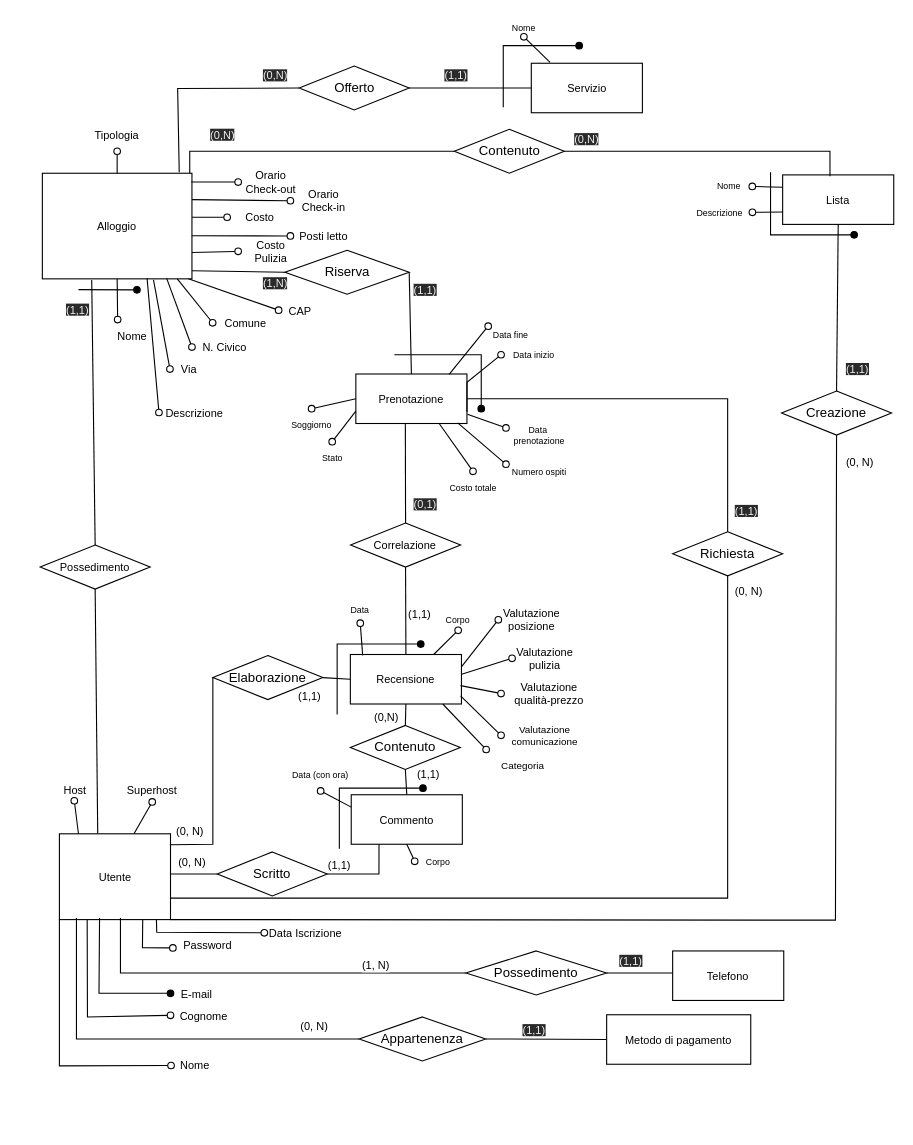
eduardz1/Home-Booking keeps this draw.io diagram as page "Page-4" (2 of 16) of ER.drawio. Above is the earlier version. Source tidied: cells renumbered, new cells numbered last; positions are measured from the earlier drawing's top-left corner, leaving out a move shared by most shapes. Both pictures are drawn from the tidied source at 110%, with x=0, y=0 at pixel (38, 19).
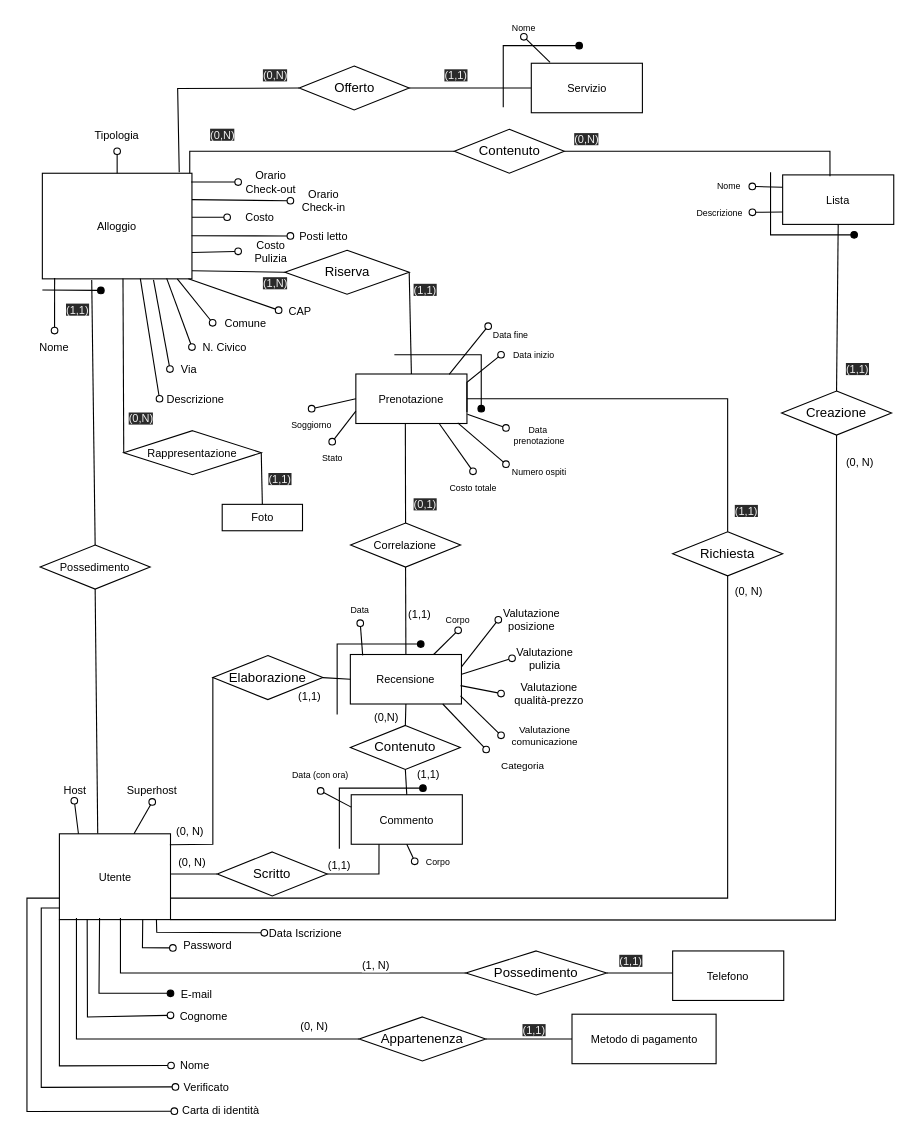
The same page after the edit.

Unchanged cells that the change refers to:
```xml
<mxCell id="3" value="&lt;font style=&quot;font-size: 10px;&quot;&gt;Alloggio&lt;/font&gt;" style="rounded=0;whiteSpace=wrap;html=1;fontSize=10;" parent="1" vertex="1">
  <mxGeometry x="3" y="140" width="136" height="96" as="geometry" />
</mxCell>
```

The edit, as a diff of the source:
```diff
@@
-    <mxCell id="25" style="endArrow=none;html=1;rounded=0;align=center;verticalAlign=top;endFill=0;labelBackgroundColor=none;endSize=6;startArrow=oval;startFill=0;fontSize=10;exitX=0.25;exitY=0;exitDx=0;exitDy=0;entryX=0.5;entryY=1;entryDx=0;entryDy=0;" parent="1" edge="1" source="28" target="3">
+    <mxCell id="25" style="endArrow=none;html=1;rounded=0;align=center;verticalAlign=top;endFill=0;labelBackgroundColor=none;endSize=6;startArrow=oval;startFill=0;fontSize=10;exitX=0.5;exitY=0;exitDx=0;exitDy=0;entryX=0.082;entryY=0.993;entryDx=0;entryDy=0;entryPerimeter=0;" parent="1" edge="1" source="28" target="3">
       <mxGeometry relative="1" as="geometry" />
     </mxCell>
@@
     <mxCell id="28" value="Nome" style="text;html=1;strokeColor=none;fillColor=none;align=center;verticalAlign=middle;whiteSpace=wrap;rounded=0;labelBackgroundColor=none;labelBorderColor=none;fontSize=10;" parent="1" vertex="1">
-      <mxGeometry x="58" y="273" width="53.8" height="30" as="geometry" />
+      <mxGeometry x="-12.8" y="283" width="53.8" height="30" as="geometry" />
     </mxCell>
@@
     <mxCell id="112" style="endArrow=none;html=1;rounded=0;align=center;verticalAlign=top;endFill=0;labelBackgroundColor=none;endSize=6;startArrow=oval;startFill=1;fontSize=10;fillColor=none;" parent="1" edge="1">
       <mxGeometry relative="1" as="geometry">
-        <mxPoint x="89" y="246" as="sourcePoint" />
-        <mxPoint x="36" y="246.2" as="targetPoint" />
+        <mxPoint x="56.2" y="246.5" as="sourcePoint" />
+        <mxPoint x="3.3" y="246.8" as="targetPoint" />
         <Array as="points">
-          <mxPoint x="35.8" y="245.8" />
+          <mxPoint x="3" y="246.2" />
         </Array>
       </mxGeometry>
     </mxCell>
@@
     <mxCell id="148" value="Metodo di pagamento" style="rounded=0;whiteSpace=wrap;html=1;fontSize=10;" parent="1" vertex="1">
-      <mxGeometry x="516" y="905" width="131" height="45" as="geometry" />
+      <mxGeometry x="484.5" y="904.5" width="131" height="45" as="geometry" />
     </mxCell>
@@
     <mxCell id="154" value="Descrizione" style="text;html=1;strokeColor=none;fillColor=none;align=center;verticalAlign=middle;whiteSpace=wrap;rounded=0;labelBackgroundColor=none;labelBorderColor=none;fontSize=10;" parent="1" vertex="1">
-      <mxGeometry x="109" y="342.5" width="65" height="30" as="geometry" />
+      <mxGeometry x="109.5" y="330" width="65" height="30" as="geometry" />
     </mxCell>
-    <mxCell id="155" style="endArrow=none;html=1;rounded=0;align=center;verticalAlign=top;endFill=0;labelBackgroundColor=none;endSize=6;startArrow=oval;startFill=0;fontSize=10;fillColor=none;exitX=0;exitY=0.5;exitDx=0;exitDy=0;entryX=0.7;entryY=0.994;entryDx=0;entryDy=0;entryPerimeter=0;" parent="1" edge="1" source="154" target="3">
+    <mxCell id="155" style="endArrow=none;html=1;rounded=0;align=center;verticalAlign=top;endFill=0;labelBackgroundColor=none;endSize=6;startArrow=oval;startFill=0;fontSize=10;fillColor=none;exitX=0;exitY=0.5;exitDx=0;exitDy=0;entryX=0.655;entryY=0.998;entryDx=0;entryDy=0;entryPerimeter=0;" parent="1" edge="1" source="154" target="3">
       <mxGeometry relative="1" as="geometry" />
     </mxCell>
@@
+    <mxCell id="160" value="Verificato" style="text;html=1;strokeColor=none;fillColor=none;align=center;verticalAlign=middle;whiteSpace=wrap;rounded=0;labelBackgroundColor=none;labelBorderColor=none;fontSize=10;" parent="1" vertex="1">
+      <mxGeometry x="125" y="956" width="55" height="29.3" as="geometry" />
+    </mxCell>
+    <mxCell id="161" value="Carta di identità" style="text;html=1;strokeColor=none;fillColor=none;align=center;verticalAlign=middle;whiteSpace=wrap;rounded=0;labelBackgroundColor=none;labelBorderColor=none;fontSize=10;" parent="1" vertex="1">
+      <mxGeometry x="124" y="977" width="83" height="29.3" as="geometry" />
+    </mxCell>
+    <mxCell id="162" style="endArrow=none;html=1;rounded=0;align=center;verticalAlign=top;endFill=0;labelBackgroundColor=none;endSize=6;startArrow=oval;startFill=0;fontSize=10;exitX=0;exitY=0.5;exitDx=0;exitDy=0;entryX=0.005;entryY=0.865;entryDx=0;entryDy=0;entryPerimeter=0;" parent="1" edge="1">
+      <mxGeometry relative="1" as="geometry">
+        <mxPoint x="124" y="970.6" as="sourcePoint" />
+        <mxPoint x="19" y="808" as="targetPoint" />
+        <Array as="points">
+          <mxPoint x="2" y="971" />
+          <mxPoint x="2" y="808" />
+        </Array>
+      </mxGeometry>
+    </mxCell>
+    <mxCell id="163" style="endArrow=none;html=1;rounded=0;align=center;verticalAlign=top;endFill=0;labelBackgroundColor=none;endSize=6;startArrow=oval;startFill=0;fontSize=10;exitX=0;exitY=0.5;exitDx=0;exitDy=0;entryX=0;entryY=0.75;entryDx=0;entryDy=0;" parent="1" edge="1">
+      <mxGeometry relative="1" as="geometry">
+        <mxPoint x="123" y="992.7" as="sourcePoint" />
+        <mxPoint x="18.5" y="799" as="targetPoint" />
+        <Array as="points">
+          <mxPoint x="-11" y="993" />
+          <mxPoint x="-11" y="799" />
+        </Array>
+      </mxGeometry>
+    </mxCell>
+    <mxCell id="164" value="Rappresentazione" style="shape=rhombus;perimeter=rhombusPerimeter;whiteSpace=wrap;html=1;align=center;labelBackgroundColor=none;labelBorderColor=none;fontSize=10;rounded=0;" parent="1" vertex="1">
+      <mxGeometry x="77" y="374" width="125" height="40" as="geometry" />
+    </mxCell>
+    <mxCell id="165" style="endArrow=none;html=1;exitX=0;exitY=0.5;exitDx=0;exitDy=0;entryX=0.539;entryY=0.997;entryDx=0;entryDy=0;entryPerimeter=0;" parent="1" edge="1" source="164" target="3">
+      <mxGeometry relative="1" as="geometry" />
+    </mxCell>
+    <mxCell id="166" value="Foto" style="rounded=0;whiteSpace=wrap;html=1;fontSize=10;" parent="1" vertex="1">
+      <mxGeometry x="166.5" y="441" width="73" height="24" as="geometry" />
+    </mxCell>
+    <mxCell id="167" style="endArrow=none;html=1;exitX=0.5;exitY=0;exitDx=0;exitDy=0;entryX=1;entryY=0.5;entryDx=0;entryDy=0;" parent="1" edge="1" source="166" target="164">
+      <mxGeometry relative="1" as="geometry" />
+    </mxCell>
+    <mxCell id="168" value="&lt;span style=&quot;color: rgb(240 , 240 , 240) ; font-family: &amp;#34;helvetica&amp;#34; ; font-size: 10px ; font-style: normal ; font-weight: 400 ; letter-spacing: normal ; text-align: left ; text-indent: 0px ; text-transform: none ; word-spacing: 0px ; background-color: rgb(42 , 42 , 42) ; display: inline ; float: none&quot;&gt;(0,N)&lt;/span&gt;" style="text;whiteSpace=wrap;html=1;" parent="1" vertex="1">
+      <mxGeometry x="80" y="349" width="41" height="29" as="geometry" />
+    </mxCell>
+    <mxCell id="169" value="&lt;span style=&quot;color: rgb(240 , 240 , 240) ; font-family: &amp;#34;helvetica&amp;#34; ; font-size: 10px ; font-style: normal ; font-weight: 400 ; letter-spacing: normal ; text-align: left ; text-indent: 0px ; text-transform: none ; word-spacing: 0px ; background-color: rgb(42 , 42 , 42) ; display: inline ; float: none&quot;&gt;(1,1)&lt;/span&gt;" style="text;whiteSpace=wrap;html=1;" parent="1" vertex="1">
+      <mxGeometry x="207" y="404" width="41" height="29" as="geometry" />
+    </mxCell>
```
